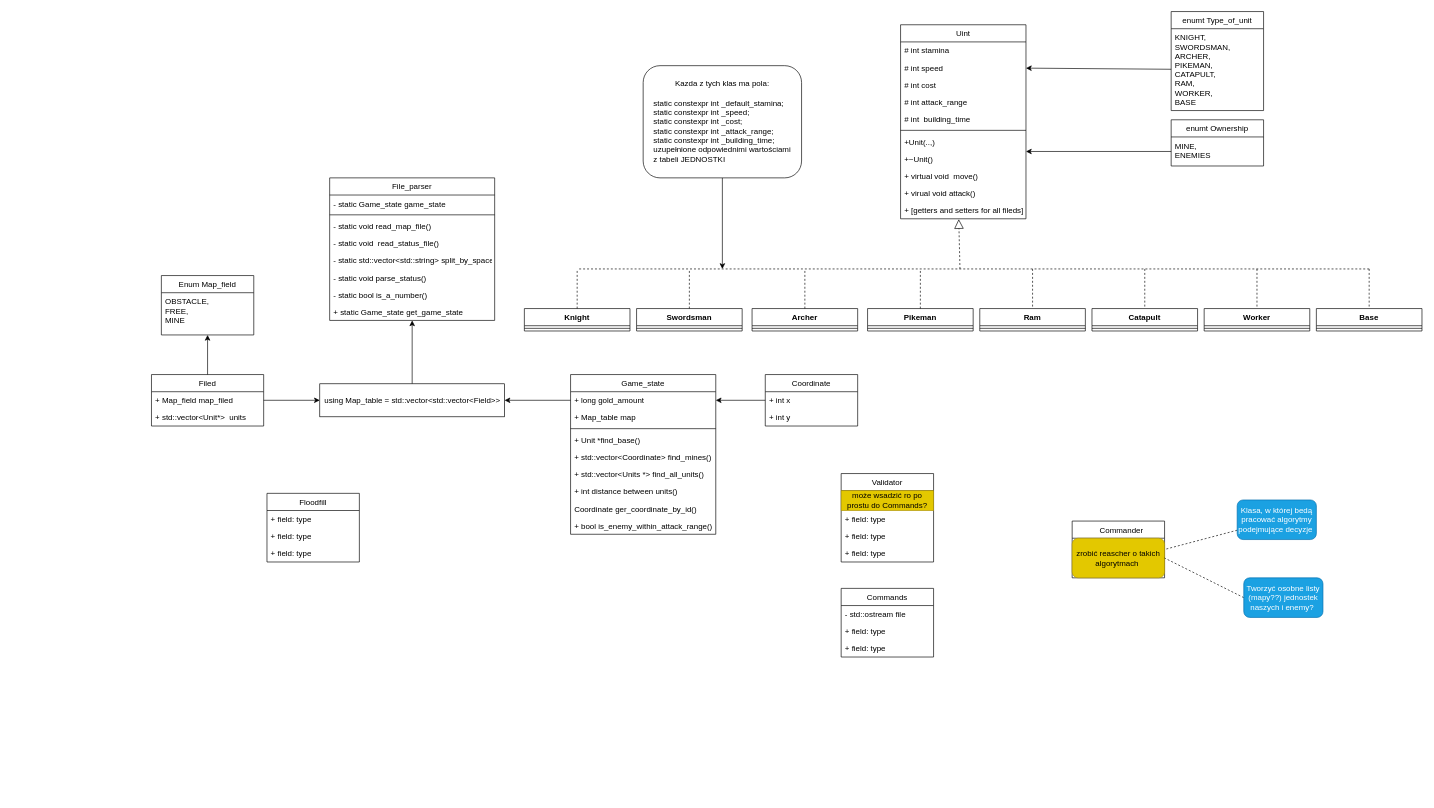
This is diagram/diagram.drawio from PartyKusZ/board_game, a draw.io file, before an edit. Source tidied: cells renumbered, new cells numbered last; positions are measured from the earlier drawing's top-left corner, leaving out a move shared by most shapes. Both pictures are drawn from the tidied source at 66%, with x=0, y=0 at pixel (151, 11).
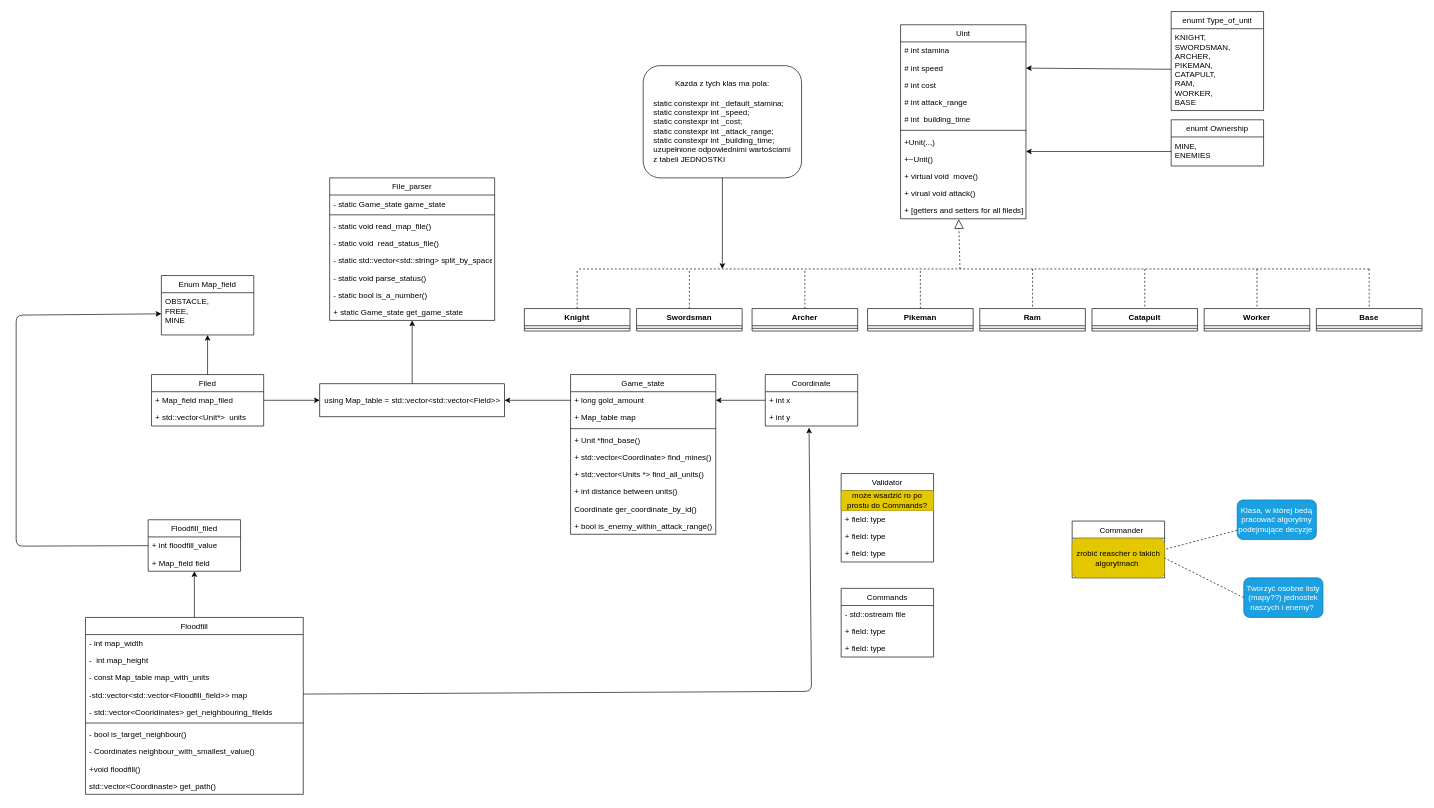
The same page after the edit.

Commit message (it also covers changes not shown here):
uzupełniene diagramu

Unchanged cells that the change refers to:
```xml
<mxCell id="74" value="OBSTACLE,&#10;FREE,&#10;MINE" style="text;strokeColor=none;fillColor=none;align=left;verticalAlign=top;spacingLeft=4;spacingRight=4;overflow=hidden;points=[[0,0.5],[1,0.5]];portConstraint=eastwest;" parent="73" vertex="1">
  <mxGeometry y="26" width="140" height="64" as="geometry" />
</mxCell>
<mxCell id="95" value="+ int y" style="text;strokeColor=none;fillColor=none;align=left;verticalAlign=top;spacingLeft=4;spacingRight=4;overflow=hidden;points=[[0,0.5],[1,0.5]];portConstraint=eastwest;" parent="93" vertex="1">
  <mxGeometry y="52" width="140" height="26" as="geometry" />
</mxCell>
```

Diff of the diagram source:
```diff
@@
+    <mxCell id="101" style="edgeStyle=none;html=1;" parent="1" edge="1" source="97" target="112">
+      <mxGeometry relative="1" as="geometry" />
+    </mxCell>
     <mxCell id="97" value="Floodfill" style="swimlane;fontStyle=0;horizontal=1;startSize=26;fillColor=none;" parent="1" vertex="1">
-      <mxGeometry x="175" y="730" width="140" height="104" as="geometry" />
+      <mxGeometry x="-100" y="918" width="330" height="268" as="geometry" />
     </mxCell>
-    <mxCell id="98" value="+ field: type" style="text;strokeColor=none;fillColor=none;align=left;verticalAlign=top;spacingLeft=4;spacingRight=4;overflow=hidden;" parent="97" vertex="1">
-      <mxGeometry y="26" width="140" height="26" as="geometry" />
+    <mxCell id="98" value="- int map_width" style="text;strokeColor=none;fillColor=none;align=left;verticalAlign=top;spacingLeft=4;spacingRight=4;overflow=hidden;" parent="97" vertex="1">
+      <mxGeometry y="26" width="330" height="26" as="geometry" />
     </mxCell>
-    <mxCell id="99" value="+ field: type" style="text;strokeColor=none;fillColor=none;align=left;verticalAlign=top;spacingLeft=4;spacingRight=4;overflow=hidden;" parent="97" vertex="1">
-      <mxGeometry y="52" width="140" height="26" as="geometry" />
+    <mxCell id="99" value="-  int map_height" style="text;strokeColor=none;fillColor=none;align=left;verticalAlign=top;spacingLeft=4;spacingRight=4;overflow=hidden;" parent="97" vertex="1">
+      <mxGeometry y="52" width="330" height="26" as="geometry" />
     </mxCell>
-    <mxCell id="100" value="+ field: type" style="text;strokeColor=none;fillColor=none;align=left;verticalAlign=top;spacingLeft=4;spacingRight=4;overflow=hidden;" parent="97" vertex="1">
-      <mxGeometry y="78" width="140" height="26" as="geometry" />
+    <mxCell id="100" value="- const Map_table map_with_units" style="text;strokeColor=none;fillColor=none;align=left;verticalAlign=top;spacingLeft=4;spacingRight=4;overflow=hidden;" parent="97" vertex="1">
+      <mxGeometry y="78" width="330" height="26" as="geometry" />
     </mxCell>
+    <mxCell id="102" value="-std::vector&lt;std::vector&lt;Floodfill_field&gt;&gt; map" style="text;strokeColor=none;fillColor=none;align=left;verticalAlign=top;spacingLeft=4;spacingRight=4;overflow=hidden;points=[[0,0.5],[1,0.5]];portConstraint=eastwest;" parent="97" vertex="1">
+      <mxGeometry y="104" width="330" height="26" as="geometry" />
+    </mxCell>
+    <mxCell id="103" value="- std::vector&lt;Cooridinates&gt; get_neighbouring_filelds" style="text;strokeColor=none;fillColor=none;align=left;verticalAlign=top;spacingLeft=4;spacingRight=4;overflow=hidden;" parent="97" vertex="1">
+      <mxGeometry y="130" width="330" height="26" as="geometry" />
+    </mxCell>
+    <mxCell id="104" style="line;strokeWidth=1;fillColor=none;align=left;verticalAlign=middle;spacingTop=-1;spacingLeft=3;spacingRight=3;labelPosition=right;strokeColor=inherit;" parent="97" vertex="1">
+      <mxGeometry y="156" width="330" height="8" as="geometry" />
+    </mxCell>
+    <mxCell id="105" value="- bool is_target_neighbour()" style="text;strokeColor=none;fillColor=none;align=left;verticalAlign=top;spacingLeft=4;spacingRight=4;overflow=hidden;" parent="97" vertex="1">
+      <mxGeometry y="164" width="330" height="26" as="geometry" />
+    </mxCell>
+    <mxCell id="106" value="- Coordinates neighbour_with_smallest_value()" style="text;strokeColor=none;fillColor=none;align=left;verticalAlign=top;spacingLeft=4;spacingRight=4;overflow=hidden;" parent="97" vertex="1">
+      <mxGeometry y="190" width="330" height="26" as="geometry" />
+    </mxCell>
+    <mxCell id="107" value="+void floodfill()" style="text;strokeColor=none;fillColor=none;align=left;verticalAlign=top;spacingLeft=4;spacingRight=4;overflow=hidden;" parent="97" vertex="1">
+      <mxGeometry y="216" width="330" height="26" as="geometry" />
+    </mxCell>
+    <mxCell id="108" value="std::vector&lt;Coordinaste&gt; get_path()" style="text;strokeColor=none;fillColor=none;align=left;verticalAlign=top;spacingLeft=4;spacingRight=4;overflow=hidden;" parent="97" vertex="1">
+      <mxGeometry y="242" width="330" height="26" as="geometry" />
+    </mxCell>
+    <mxCell id="109" style="edgeStyle=none;html=1;entryX=0;entryY=0.5;entryDx=0;entryDy=0;" parent="1" edge="1" source="110" target="74">
+      <mxGeometry relative="1" as="geometry">
+        <Array as="points">
+          <mxPoint x="-205" y="810" />
+          <mxPoint x="-205" y="460" />
+        </Array>
+      </mxGeometry>
+    </mxCell>
+    <mxCell id="110" value="Floodfill_filed" style="swimlane;fontStyle=0;horizontal=1;startSize=26;fillColor=none;" parent="1" vertex="1">
+      <mxGeometry x="-5" y="770" width="140" height="78" as="geometry" />
+    </mxCell>
+    <mxCell id="111" value="+ int floodfill_value" style="text;strokeColor=none;fillColor=none;align=left;verticalAlign=top;spacingLeft=4;spacingRight=4;overflow=hidden;" parent="110" vertex="1">
+      <mxGeometry y="26" width="140" height="26" as="geometry" />
+    </mxCell>
+    <mxCell id="112" value="+ Map_field field" style="text;strokeColor=none;fillColor=none;align=left;verticalAlign=top;spacingLeft=4;spacingRight=4;overflow=hidden;points=[[0,0.5],[1,0.5]];portConstraint=eastwest;" parent="110" vertex="1">
+      <mxGeometry y="52" width="140" height="26" as="geometry" />
+    </mxCell>
+    <mxCell id="113" style="edgeStyle=none;html=1;entryX=0.474;entryY=1.093;entryDx=0;entryDy=0;entryPerimeter=0;" parent="1" edge="1" source="102" target="95">
+      <mxGeometry relative="1" as="geometry">
+        <Array as="points">
+          <mxPoint x="1000" y="1030" />
+        </Array>
+      </mxGeometry>
+    </mxCell>
```
